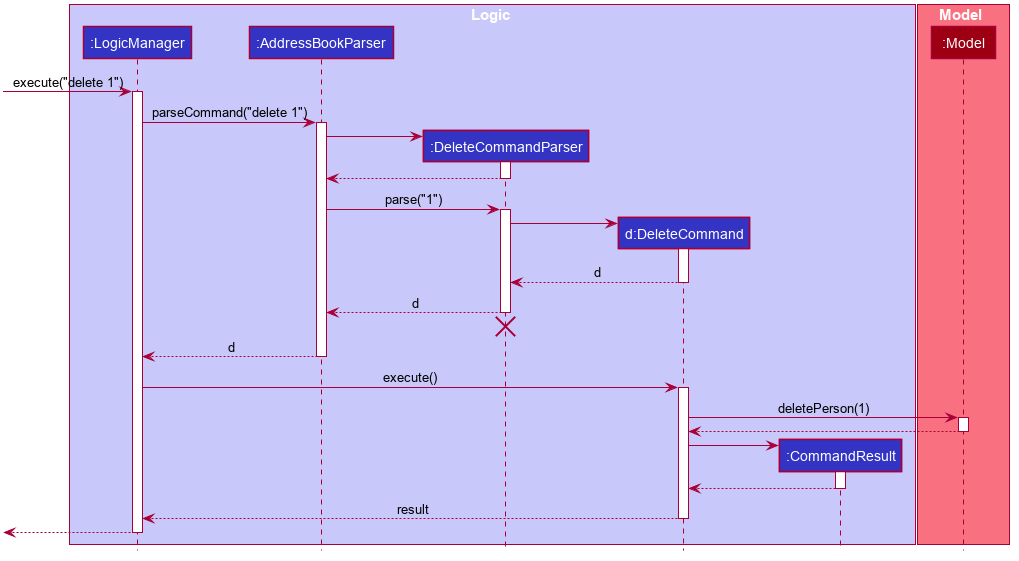
Before: docs/images/DeleteSequenceDiagram.png, a diagram exported from PlantUML (nus-cs2103-AY2223S2/tp).
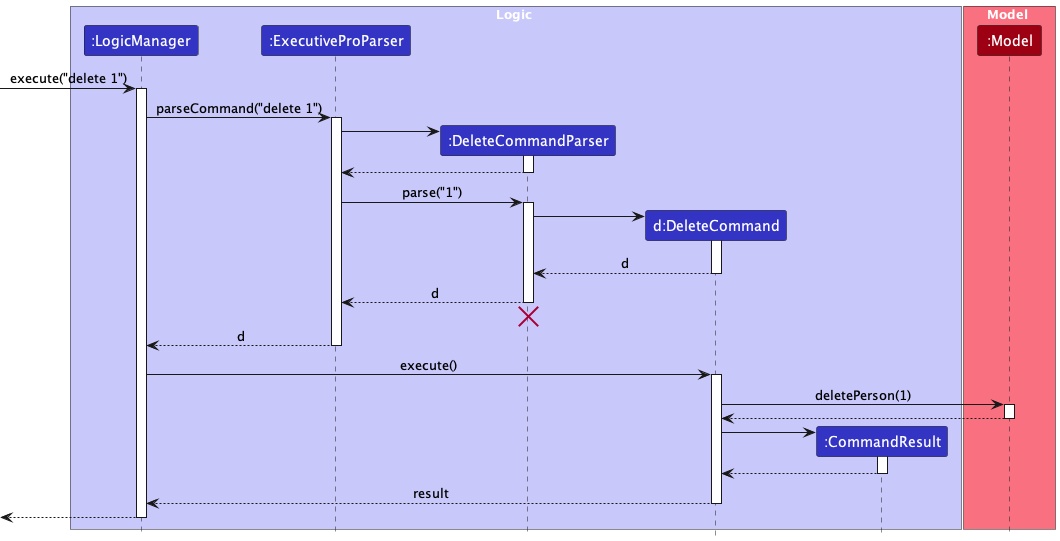
After the commit.

Commit message:
Update Sequence diagram for AddCommand, DeleteCommand, EditCommand to fit our ExecutiveProParser naming

The edit, as a diff of the source:
```diff
@@ -1,79 +1,32 @@
 @startuml
+!include style.puml
 
-
-
-
-
-
-
-
-skinparam BackgroundColor #FFFFFFF
-
-skinparam Shadowing false
-
-skinparam Class {
-    FontColor #FFFFFF
-    BorderThickness 1
-    BorderColor #FFFFFF
-    StereotypeFontColor #FFFFFF
-    FontName Arial
-}
-
-skinparam Actor {
-    BorderColor #000000
-    Color #000000
-    FontName Arial
-}
-
-skinparam Sequence {
-    MessageAlign center
-    BoxFontSize 15
-    BoxPadding 0
-    BoxFontColor #FFFFFF
-    FontName Arial
-}
-
-skinparam Participant {
-    FontColor #FFFFFFF
-    Padding 20
-}
-
-skinparam MinClassWidth 50
-skinparam ParticipantPadding 10
-skinparam Shadowing false
-skinparam DefaultTextAlignment center
-skinparam packageStyle Rectangle
-
-hide footbox
-hide members
-hide circle
-
-box Logic #C8C8FA
-participant ":LogicManager" as LogicManager #3333C4
-participant ":AddressBookParser" as AddressBookParser #3333C4
-participant ":DeleteCommandParser" as DeleteCommandParser #3333C4
-participant "d:DeleteCommand" as DeleteCommand #3333C4
-participant ":CommandResult" as CommandResult #3333C4
+box Logic LOGIC_COLOR_T1
+participant ":LogicManager" as LogicManager LOGIC_COLOR
+participant ":ExecutiveProParser" as ExecutiveProParser LOGIC_COLOR
+participant ":DeleteCommandParser" as DeleteCommandParser LOGIC_COLOR
+participant "d:DeleteCommand" as DeleteCommand LOGIC_COLOR
+participant ":CommandResult" as CommandResult LOGIC_COLOR
 end box
 
-box Model #F97181
-participant ":Model" as Model #9D0012
+box Model MODEL_COLOR_T1
+participant ":Model" as Model MODEL_COLOR
 end box
 
 [-> LogicManager : execute("delete 1")
 activate LogicManager
 
-LogicManager -> AddressBookParser : parseCommand("delete 1")
-activate AddressBookParser
+LogicManager -> ExecutiveProParser : parseCommand("delete 1")
+activate ExecutiveProParser
 
 create DeleteCommandParser
-AddressBookParser -> DeleteCommandParser
+ExecutiveProParser -> DeleteCommandParser
 activate DeleteCommandParser
 
-DeleteCommandParser --> AddressBookParser
+DeleteCommandParser --> ExecutiveProParser
 deactivate DeleteCommandParser
 
-AddressBookParser -> DeleteCommandParser : parse("1")
+ExecutiveProParser -> DeleteCommandParser : parse("1")
 activate DeleteCommandParser
 
 create DeleteCommand
@@ -83,13 +36,13 @@
 DeleteCommand --> DeleteCommandParser : d
 deactivate DeleteCommand
 
-DeleteCommandParser --> AddressBookParser : d
+DeleteCommandParser --> ExecutiveProParser : d
 deactivate DeleteCommandParser
-DeleteCommandParser -[hidden]-> AddressBookParser
+DeleteCommandParser -[hidden]-> ExecutiveProParser
 destroy DeleteCommandParser
 
-AddressBookParser --> LogicManager : d
-deactivate AddressBookParser
+ExecutiveProParser --> LogicManager : d
+deactivate ExecutiveProParser
 
 LogicManager -> DeleteCommand : execute()
 activate DeleteCommand
```
